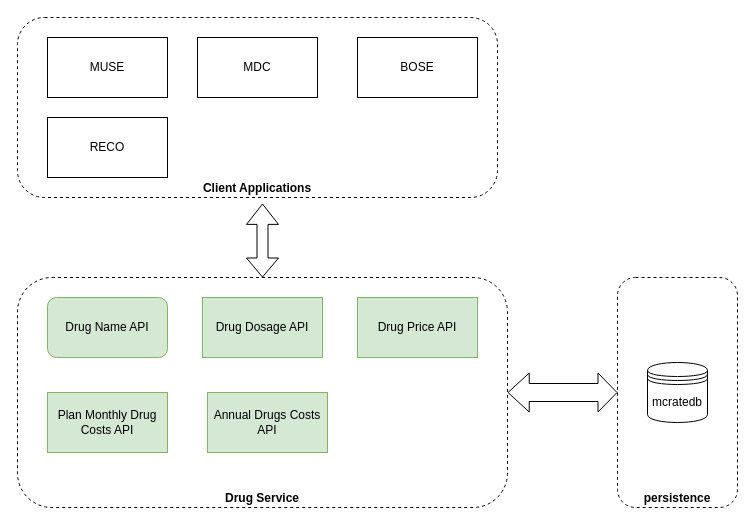
linyoushan/drawio keeps this draw.io diagram as drug-service.drawio. Above is the earlier version. Source tidied: cells renumbered, new cells numbered last; positions are measured from the earlier drawing's top-left corner, leaving out a move shared by most shapes. Both pictures are drawn from the tidied source at 100%, with x=0, y=0 at pixel (17, 17).
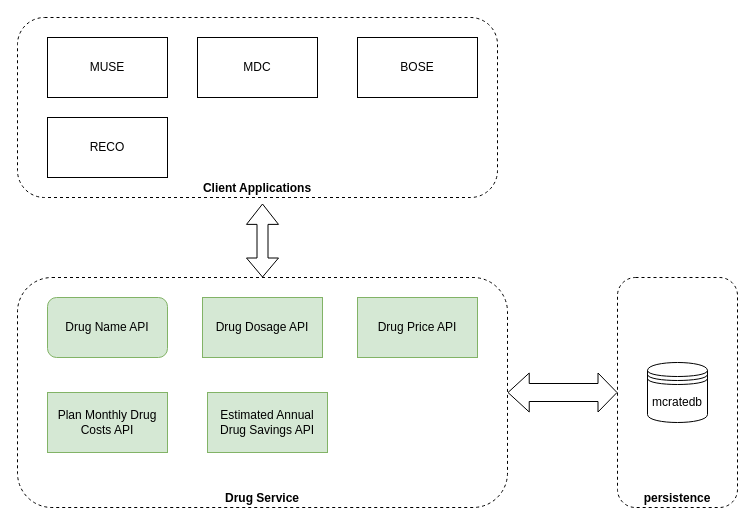
The same page after the edit.

What changed in the source:
```diff
@@
 <mxGraphModel>
   <root>
     <mxCell id="0" />
     <mxCell id="1" parent="0" />
     <mxCell id="2" value="&lt;b&gt;Client Applications&lt;/b&gt;" style="rounded=1;whiteSpace=wrap;html=1;verticalAlign=bottom;dashed=1;" parent="1" vertex="1">
       <mxGeometry width="480" height="180" as="geometry" />
     </mxCell>
     <mxCell id="3" value="MUSE" style="rounded=0;whiteSpace=wrap;html=1;" parent="1" vertex="1">
       <mxGeometry x="30" y="20" width="120" height="60" as="geometry" />
     </mxCell>
     <mxCell id="4" value="RECO" style="rounded=0;whiteSpace=wrap;html=1;" parent="1" vertex="1">
       <mxGeometry x="30" y="100" width="120" height="60" as="geometry" />
     </mxCell>
     <mxCell id="5" value="MDC" style="rounded=0;whiteSpace=wrap;html=1;" parent="1" vertex="1">
       <mxGeometry x="180" y="20" width="120" height="60" as="geometry" />
     </mxCell>
     <mxCell id="6" value="BOSE" style="rounded=0;whiteSpace=wrap;html=1;" parent="1" vertex="1">
       <mxGeometry x="340" y="20" width="120" height="60" as="geometry" />
     </mxCell>
     <mxCell id="7" value="&lt;b&gt;Drug Service&lt;/b&gt;" style="rounded=1;whiteSpace=wrap;html=1;dashed=1;verticalAlign=bottom;" parent="1" vertex="1">
       <mxGeometry y="260" width="490" height="230" as="geometry" />
     </mxCell>
     <mxCell id="8" value="Drug Name API" style="rounded=1;whiteSpace=wrap;html=1;fillColor=#d5e8d4;strokeColor=#82b366;" parent="1" vertex="1">
       <mxGeometry x="30" y="280" width="120" height="60" as="geometry" />
     </mxCell>
     <mxCell id="9" value="Drug Dosage API" style="rounded=0;whiteSpace=wrap;html=1;fillColor=#d5e8d4;strokeColor=#82b366;" parent="1" vertex="1">
       <mxGeometry x="185" y="280" width="120" height="60" as="geometry" />
     </mxCell>
     <mxCell id="10" value="Drug Price API" style="rounded=0;whiteSpace=wrap;html=1;fillColor=#d5e8d4;strokeColor=#82b366;" parent="1" vertex="1">
       <mxGeometry x="340" y="280" width="120" height="60" as="geometry" />
     </mxCell>
     <mxCell id="11" value="Plan Monthly Drug Costs API" style="rounded=0;whiteSpace=wrap;html=1;fillColor=#d5e8d4;strokeColor=#82b366;" parent="1" vertex="1">
       <mxGeometry x="30" y="375" width="120" height="60" as="geometry" />
     </mxCell>
-    <mxCell id="12" value="Annual Drugs Costs API" style="rounded=0;whiteSpace=wrap;html=1;fillColor=#d5e8d4;strokeColor=#82b366;" parent="1" vertex="1">
+    <mxCell id="12" value="Estimated Annual Drug Savings API" style="rounded=0;whiteSpace=wrap;html=1;fillColor=#d5e8d4;strokeColor=#82b366;" parent="1" vertex="1">
       <mxGeometry x="190" y="375" width="120" height="60" as="geometry" />
     </mxCell>
     <mxCell id="13" value="persistence" style="rounded=1;whiteSpace=wrap;html=1;dashed=1;verticalAlign=bottom;fontStyle=1;" parent="1" vertex="1">
       <mxGeometry x="600" y="260" width="120" height="230" as="geometry" />
     </mxCell>
     <mxCell id="14" value="mcratedb" style="shape=datastore;whiteSpace=wrap;html=1;" parent="1" vertex="1">
       <mxGeometry x="630" y="345" width="60" height="60" as="geometry" />
     </mxCell>
     <mxCell id="15" style="shape=flexArrow;endArrow=classic;startArrow=classic;html=1;width=18;startSize=6.74;exitX=1;exitY=0.5;exitDx=0;exitDy=0;entryX=0;entryY=0.5;entryDx=0;entryDy=0;" parent="1" edge="1" source="7" target="13">
       <mxGeometry relative="1" as="geometry" />
     </mxCell>
     <mxCell id="16" style="shape=flexArrow;endArrow=classic;startArrow=classic;html=1;exitX=0.5;exitY=0;exitDx=0;exitDy=0;width=11;endSize=6.46;" parent="1" edge="1" source="7">
       <mxGeometry relative="1" as="geometry">
         <mxPoint x="245" y="186" as="targetPoint" />
       </mxGeometry>
     </mxCell>
   </root>
 </mxGraphModel>
```
